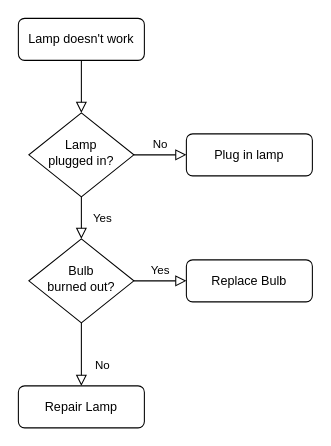
The draw.io diagram apollo_2d_to_3d.drawio in bugquella/diagrams, before the edit. Source tidied: cells renumbered, new cells numbered last; positions are measured from the earlier drawing's top-left corner, leaving out a move shared by most shapes. Both pictures are drawn from the tidied source at 105%, with x=0, y=0 at pixel (18, 18).
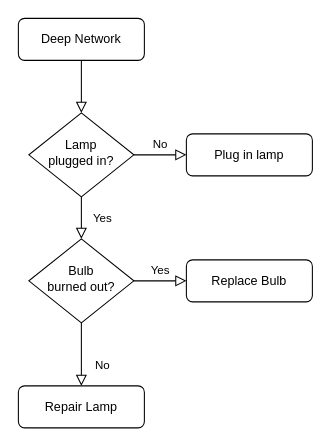
After the change.

What changed in the source:
```diff
@@
 <mxGraphModel>
   <root>
     <mxCell id="0" />
     <mxCell id="1" parent="0" />
     <mxCell id="2" style="rounded=0;html=1;jettySize=auto;fontSize=11;endArrow=block;endFill=0;endSize=8;strokeWidth=1;shadow=0;labelBackgroundColor=none;edgeStyle=orthogonalEdgeStyle;" parent="1" edge="1" source="3" target="6">
       <mxGeometry relative="1" as="geometry" />
     </mxCell>
-    <mxCell id="3" value="Lamp doesn't work" style="rounded=1;whiteSpace=wrap;html=1;fontSize=12;glass=0;strokeWidth=1;shadow=0;" parent="1" vertex="1">
+    <mxCell id="3" value="Deep Network" style="rounded=1;whiteSpace=wrap;html=1;fontSize=12;glass=0;strokeWidth=1;shadow=0;" parent="1" vertex="1">
       <mxGeometry width="120" height="40" as="geometry" />
     </mxCell>
     <mxCell id="4" value="Yes" style="rounded=0;html=1;jettySize=auto;fontSize=11;endArrow=block;endFill=0;endSize=8;strokeWidth=1;shadow=0;labelBackgroundColor=none;edgeStyle=orthogonalEdgeStyle;" parent="1" edge="1" source="6" target="10">
       <mxGeometry y="20" relative="1" as="geometry" />
     </mxCell>
     <mxCell id="5" value="No" style="edgeStyle=orthogonalEdgeStyle;rounded=0;html=1;jettySize=auto;fontSize=11;endArrow=block;endFill=0;endSize=8;strokeWidth=1;shadow=0;labelBackgroundColor=none;" parent="1" edge="1" source="6" target="7">
       <mxGeometry y="10" relative="1" as="geometry" />
     </mxCell>
     <mxCell id="6" value="Lamp&lt;br&gt;plugged in?" style="rhombus;whiteSpace=wrap;html=1;shadow=0;fontFamily=Helvetica;fontSize=12;align=center;strokeWidth=1;spacing=6;spacingTop=-4;" parent="1" vertex="1">
       <mxGeometry x="10" y="90" width="100" height="80" as="geometry" />
     </mxCell>
     <mxCell id="7" value="Plug in lamp" style="rounded=1;whiteSpace=wrap;html=1;fontSize=12;glass=0;strokeWidth=1;shadow=0;" parent="1" vertex="1">
       <mxGeometry x="160" y="110" width="120" height="40" as="geometry" />
     </mxCell>
     <mxCell id="8" value="No" style="rounded=0;html=1;jettySize=auto;fontSize=11;endArrow=block;endFill=0;endSize=8;strokeWidth=1;shadow=0;labelBackgroundColor=none;edgeStyle=orthogonalEdgeStyle;" parent="1" edge="1" source="10" target="11">
       <mxGeometry x="0.33" y="20" relative="1" as="geometry" />
     </mxCell>
     <mxCell id="9" value="Yes" style="edgeStyle=orthogonalEdgeStyle;rounded=0;html=1;jettySize=auto;fontSize=11;endArrow=block;endFill=0;endSize=8;strokeWidth=1;shadow=0;labelBackgroundColor=none;" parent="1" edge="1" source="10" target="12">
       <mxGeometry y="10" relative="1" as="geometry" />
     </mxCell>
     <mxCell id="10" value="Bulb&lt;br&gt;burned out?" style="rhombus;whiteSpace=wrap;html=1;shadow=0;fontFamily=Helvetica;fontSize=12;align=center;strokeWidth=1;spacing=6;spacingTop=-4;" parent="1" vertex="1">
       <mxGeometry x="10" y="210" width="100" height="80" as="geometry" />
     </mxCell>
     <mxCell id="11" value="Repair Lamp" style="rounded=1;whiteSpace=wrap;html=1;fontSize=12;glass=0;strokeWidth=1;shadow=0;" parent="1" vertex="1">
       <mxGeometry y="350" width="120" height="40" as="geometry" />
     </mxCell>
     <mxCell id="12" value="Replace Bulb" style="rounded=1;whiteSpace=wrap;html=1;fontSize=12;glass=0;strokeWidth=1;shadow=0;" parent="1" vertex="1">
       <mxGeometry x="160" y="230" width="120" height="40" as="geometry" />
     </mxCell>
   </root>
 </mxGraphModel>
```
